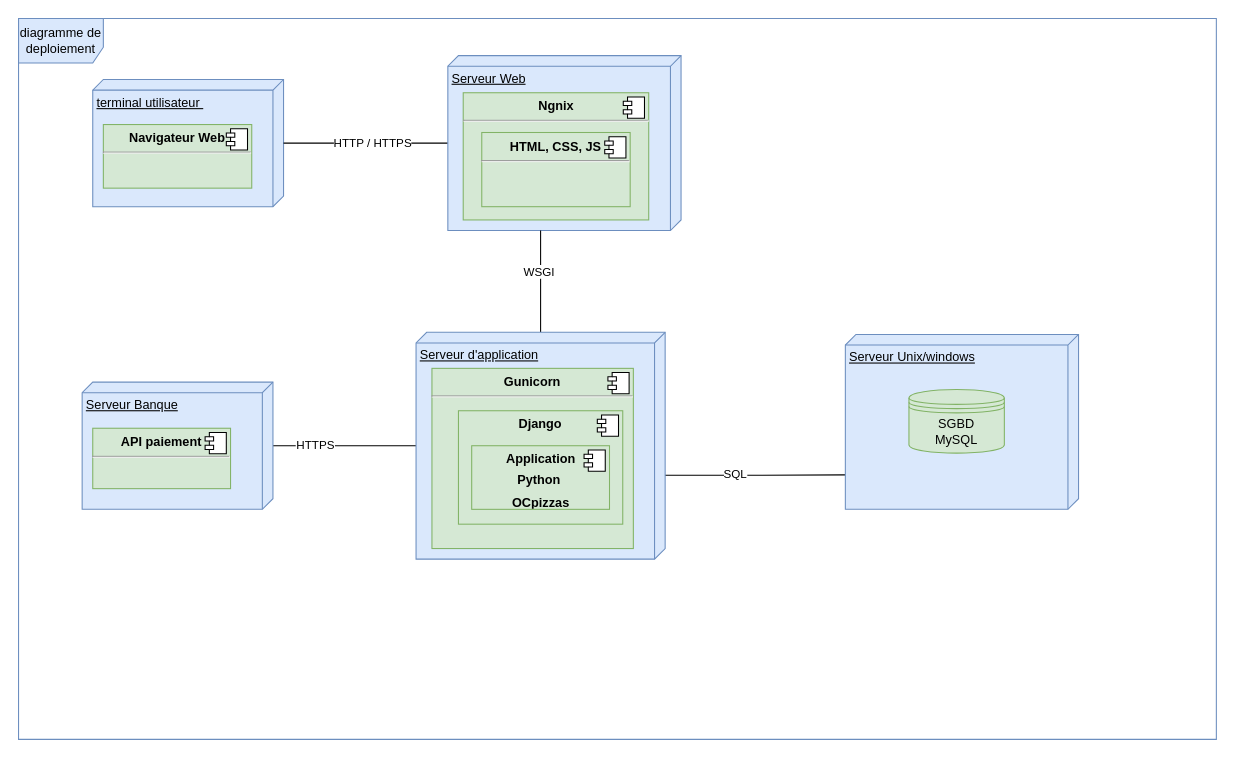
Before: documentation/Diagramme deploiement OCpizzas.drawio in jbbaillet85/OCpizzas, a draw.io diagram. Source tidied: cells renumbered, new cells numbered last; positions are measured from the earlier drawing's top-left corner, leaving out a move shared by most shapes. Both pictures are drawn from the tidied source at 106%, with x=0, y=0 at pixel (18, 18).
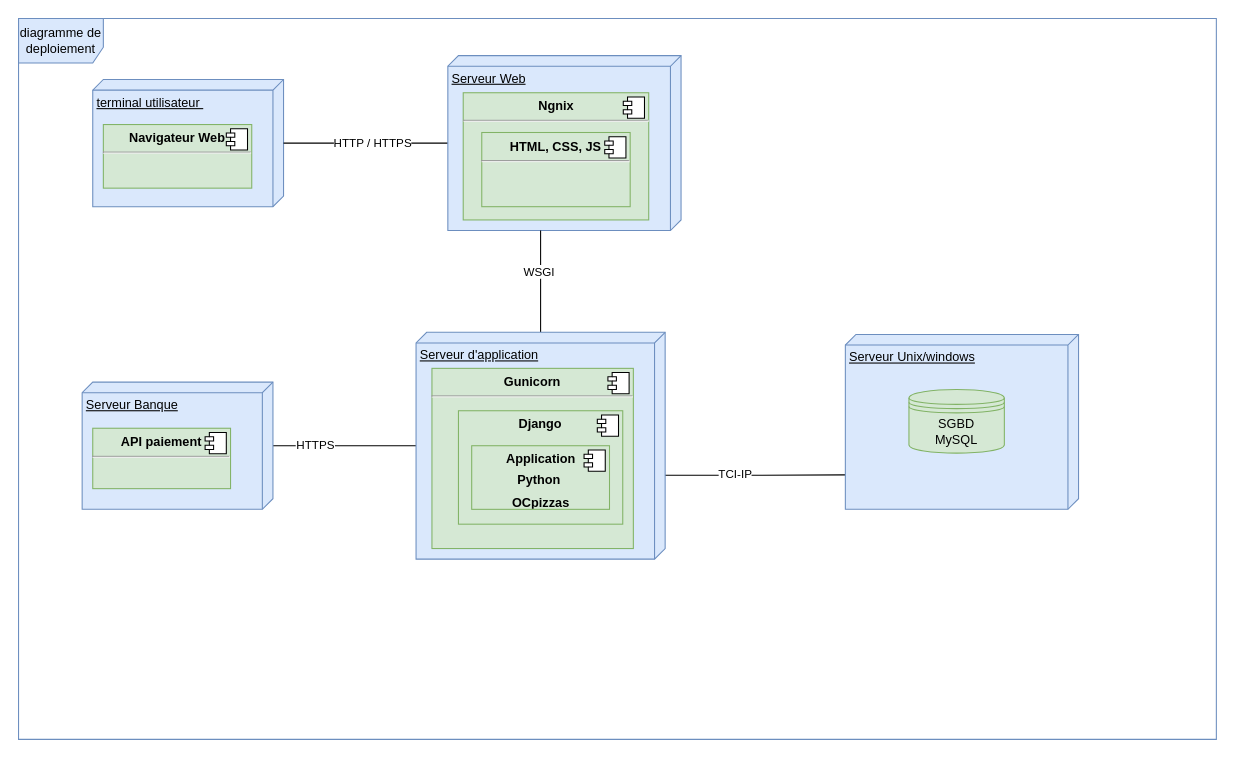
After the change.

Commit message (it also covers changes not shown here):
corection diagramme deploiement

The change refers to these unchanged cells:
```xml
<mxCell id="4" style="edgeStyle=orthogonalEdgeStyle;rounded=0;jettySize=auto;html=1;entryX=0.803;entryY=1;entryDx=0;entryDy=0;entryPerimeter=0;endArrow=none;endFill=0;exitX=0.63;exitY=0.018;exitDx=0;exitDy=0;exitPerimeter=0;" parent="1" edge="1" source="20" target="8">
  <mxGeometry relative="1" as="geometry" />
</mxCell>
```

The edit, as a diff of the source:
```diff
@@
-    <mxCell id="5" value="SQL" style="edgeLabel;html=1;align=center;verticalAlign=middle;" parent="4" vertex="1">
+    <mxCell id="5" value="TCI-IP" style="edgeLabel;html=1;align=center;verticalAlign=middle;" parent="4" vertex="1">
       <mxGeometry x="-0.22" y="1" relative="1" as="geometry">
         <mxPoint x="2" as="offset" />
       </mxGeometry>
     </mxCell>
```
